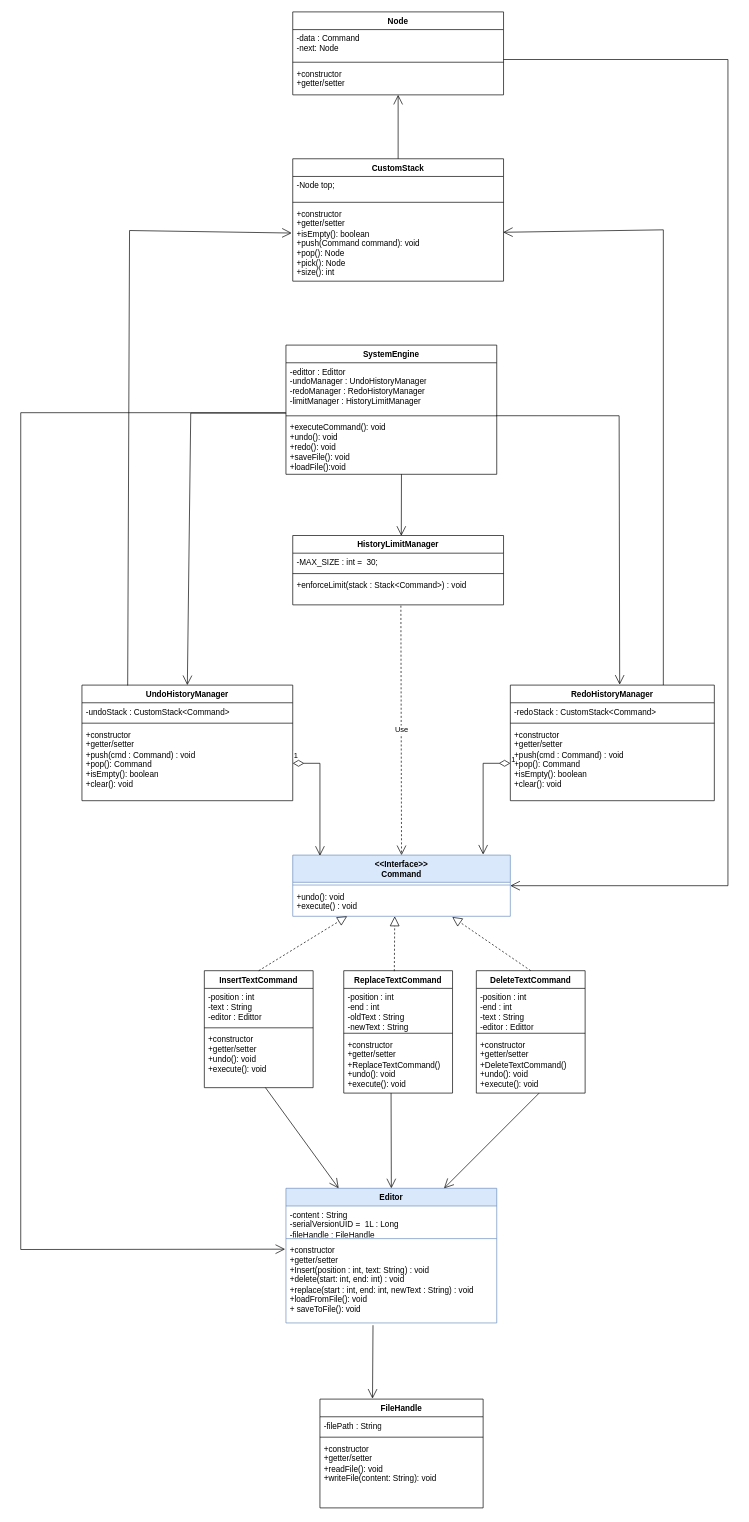
This is classDiagram.drawio from LeeTrungDuck/CSD_FinalProject, a draw.io file, before an edit. Source tidied: cells renumbered, new cells numbered last; positions are measured from the earlier drawing's top-left corner, leaving out a move shared by most shapes. Both pictures are drawn from the tidied source at 68%, with x=0, y=0 at pixel (20, 12).
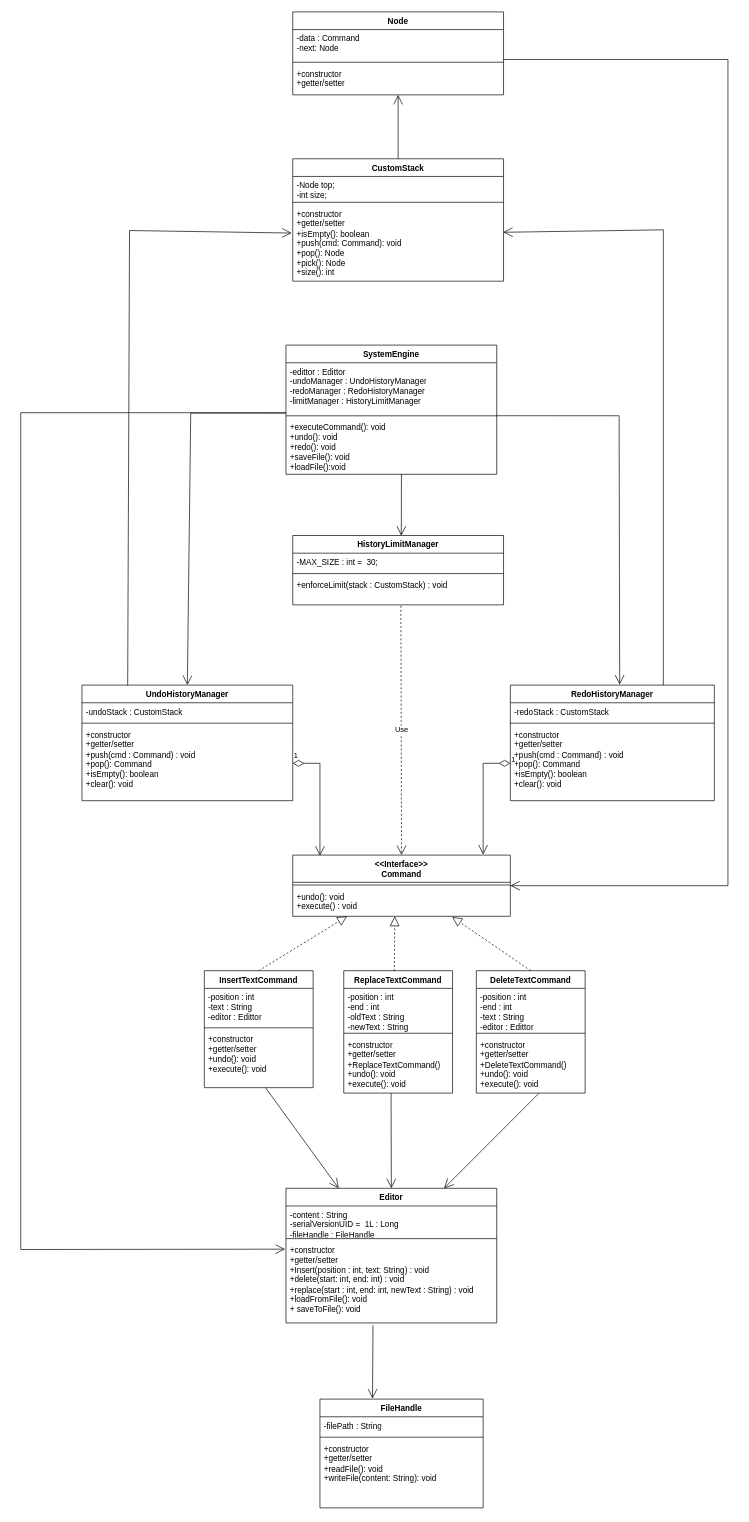
Above is the later version.

Unchanged cells that the change refers to:
```xml
<mxCell id="24" value="UndoHistoryManager" style="swimlane;fontStyle=1;align=center;verticalAlign=top;horizontal=1;startSize=26;whiteSpace=wrap;html=1;" parent="1" vertex="1">
  <mxGeometry x="90" y="990" width="310" height="170" as="geometry" />
</mxCell>
<mxCell id="28" value="RedoHistoryManager" style="swimlane;fontStyle=1;align=center;verticalAlign=top;horizontal=1;startSize=26;whiteSpace=wrap;html=1;" parent="1" vertex="1">
  <mxGeometry x="720" y="990" width="300" height="170" as="geometry" />
</mxCell>
<mxCell id="32" value="HistoryLimitManager" style="swimlane;fontStyle=1;align=center;verticalAlign=top;horizontal=1;startSize=26;whiteSpace=wrap;html=1;" parent="1" vertex="1">
  <mxGeometry x="400" y="770" width="310" height="102" as="geometry" />
</mxCell>
<mxCell id="50" value="CustomStack" style="swimlane;fontStyle=1;align=center;verticalAlign=top;horizontal=1;startSize=26;whiteSpace=wrap;html=1;" parent="1" vertex="1">
  <mxGeometry x="400" y="216" width="310" height="180" as="geometry" />
</mxCell>
```

What changed in the source:
```diff
@@
-    <mxCell id="2" value="&amp;lt;&amp;lt;Interface&amp;gt;&amp;gt;&lt;div&gt;Command&lt;/div&gt;" style="swimlane;fontStyle=1;align=center;verticalAlign=top;horizontal=1;startSize=40;whiteSpace=wrap;html=1;fillColor=#dae8fc;strokeColor=#6c8ebf;" parent="1" vertex="1">
+    <mxCell id="2" value="&amp;lt;&amp;lt;Interface&amp;gt;&amp;gt;&lt;div&gt;Command&lt;/div&gt;" style="swimlane;fontStyle=1;align=center;verticalAlign=top;horizontal=1;startSize=40;whiteSpace=wrap;html=1;" parent="1" vertex="1">
       <mxGeometry x="400" y="1240" width="320" height="90" as="geometry" />
     </mxCell>
@@
-    <mxCell id="9" value="Editor" style="swimlane;fontStyle=1;align=center;verticalAlign=top;horizontal=1;startSize=26;whiteSpace=wrap;html=1;fillColor=#dae8fc;strokeColor=#6c8ebf;" parent="1" vertex="1">
+    <mxCell id="9" value="Editor" style="swimlane;fontStyle=1;align=center;verticalAlign=top;horizontal=1;startSize=26;whiteSpace=wrap;html=1;" parent="1" vertex="1">
       <mxGeometry x="390" y="1730" width="310" height="198" as="geometry" />
     </mxCell>
@@
-    <mxCell id="25" value="-undoStack : CustomStack&amp;lt;Command&amp;gt;&amp;nbsp;&lt;div&gt;&lt;br&gt;&lt;/div&gt;" style="text;strokeColor=none;fillColor=none;align=left;verticalAlign=top;spacingLeft=4;spacingRight=4;overflow=hidden;whiteSpace=wrap;html=1;" parent="24" vertex="1">
+    <mxCell id="25" value="-undoStack : CustomStack&amp;nbsp;&lt;div&gt;&lt;br&gt;&lt;/div&gt;" style="text;strokeColor=none;fillColor=none;align=left;verticalAlign=top;spacingLeft=4;spacingRight=4;overflow=hidden;whiteSpace=wrap;html=1;" parent="24" vertex="1">
       <mxGeometry y="26" width="310" height="26" as="geometry" />
     </mxCell>
@@
-    <mxCell id="29" value="-redoStack : CustomStack&amp;lt;Command&amp;gt;&amp;nbsp;&lt;div&gt;&lt;br&gt;&lt;/div&gt;" style="text;strokeColor=none;fillColor=none;align=left;verticalAlign=top;spacingLeft=4;spacingRight=4;overflow=hidden;whiteSpace=wrap;html=1;" parent="28" vertex="1">
+    <mxCell id="29" value="-redoStack : CustomStack&amp;nbsp;&lt;div&gt;&lt;br&gt;&lt;/div&gt;" style="text;strokeColor=none;fillColor=none;align=left;verticalAlign=top;spacingLeft=4;spacingRight=4;overflow=hidden;whiteSpace=wrap;html=1;" parent="28" vertex="1">
       <mxGeometry y="26" width="300" height="26" as="geometry" />
     </mxCell>
@@
-    <mxCell id="35" value="&lt;div&gt;+enforceLimit(stack : Stack&amp;lt;Command&amp;gt;) : void&lt;/div&gt;" style="text;strokeColor=none;fillColor=none;align=left;verticalAlign=top;spacingLeft=4;spacingRight=4;overflow=hidden;points=[[0,0.5],[1,0.5]];portConstraint=eastwest;whiteSpace=wrap;html=1;" parent="32" vertex="1">
+    <mxCell id="35" value="&lt;div&gt;+enforceLimit(stack : CustomStack) : void&lt;/div&gt;" style="text;strokeColor=none;fillColor=none;align=left;verticalAlign=top;spacingLeft=4;spacingRight=4;overflow=hidden;points=[[0,0.5],[1,0.5]];portConstraint=eastwest;whiteSpace=wrap;html=1;" parent="32" vertex="1">
       <mxGeometry y="60" width="310" height="42" as="geometry" />
     </mxCell>
@@
-    <mxCell id="51" value="-Node top;" style="text;strokeColor=none;fillColor=none;align=left;verticalAlign=top;spacingLeft=4;spacingRight=4;overflow=hidden;whiteSpace=wrap;html=1;" parent="50" vertex="1">
+    <mxCell id="51" value="-Node top;&lt;div&gt;-int size;&lt;/div&gt;" style="text;strokeColor=none;fillColor=none;align=left;verticalAlign=top;spacingLeft=4;spacingRight=4;overflow=hidden;whiteSpace=wrap;html=1;" parent="50" vertex="1">
       <mxGeometry y="26" width="310" height="34" as="geometry" />
     </mxCell>
@@
-    <mxCell id="53" value="&lt;div&gt;+constructor&lt;/div&gt;&lt;div&gt;+getter/setter&lt;/div&gt;&lt;div&gt;+isEmpty(): boolean&lt;/div&gt;&lt;div&gt;+push(Command command): void&lt;/div&gt;&lt;div&gt;+pop(): Node&lt;/div&gt;&lt;div&gt;+pick(): Node&lt;/div&gt;&lt;div&gt;+size(): int&lt;/div&gt;" style="text;strokeColor=none;fillColor=none;align=left;verticalAlign=top;spacingLeft=4;spacingRight=4;overflow=hidden;points=[[0,0.5],[1,0.5]];portConstraint=eastwest;whiteSpace=wrap;html=1;" parent="50" vertex="1">
+    <mxCell id="53" value="&lt;div&gt;+constructor&lt;/div&gt;&lt;div&gt;+getter/setter&lt;/div&gt;&lt;div&gt;+isEmpty(): boolean&lt;/div&gt;&lt;div&gt;+push(cmd: Command): void&lt;/div&gt;&lt;div&gt;+pop(): Node&lt;/div&gt;&lt;div&gt;+pick(): Node&lt;/div&gt;&lt;div&gt;+size(): int&lt;/div&gt;" style="text;strokeColor=none;fillColor=none;align=left;verticalAlign=top;spacingLeft=4;spacingRight=4;overflow=hidden;points=[[0,0.5],[1,0.5]];portConstraint=eastwest;whiteSpace=wrap;html=1;" parent="50" vertex="1">
       <mxGeometry y="68" width="310" height="112" as="geometry" />
     </mxCell>
```
